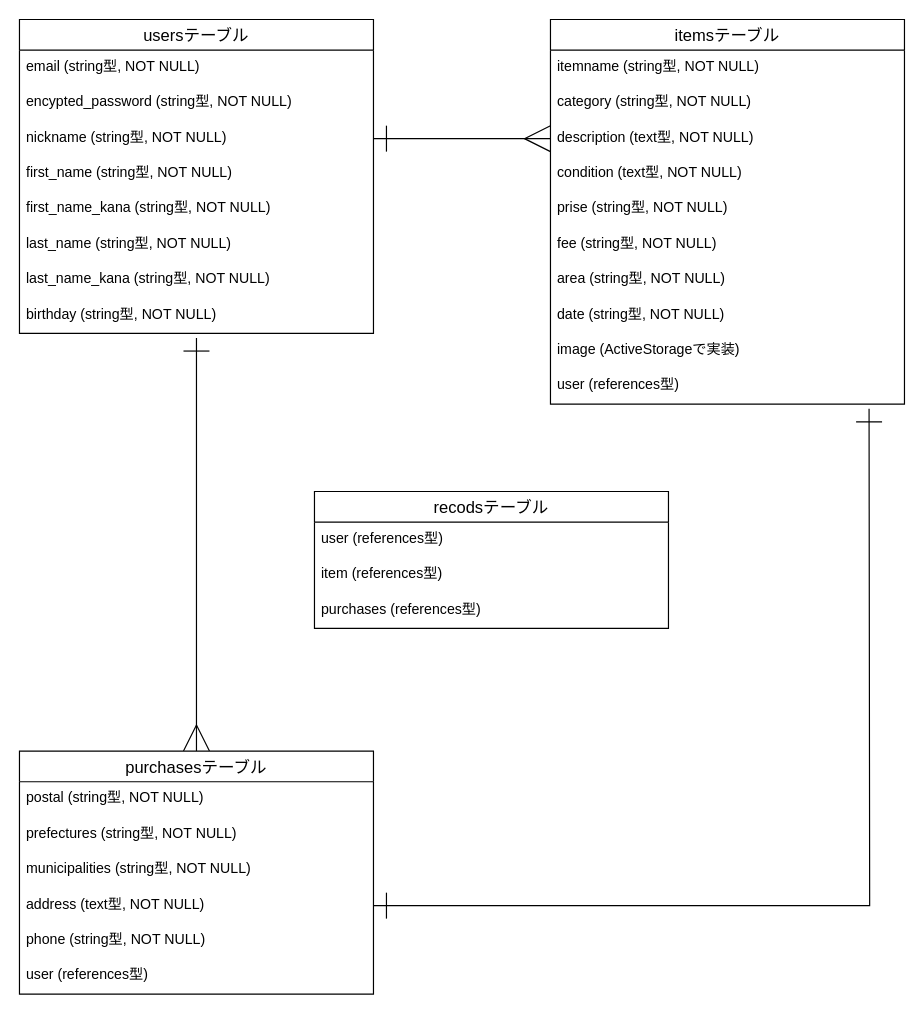
nyancho-inm/furima-32571 keeps this draw.io diagram as page "ページ1" (1 of 4) of test.dio. Above is the earlier version. Source tidied: cells renumbered, new cells numbered last; positions are measured from the earlier drawing's top-left corner, leaving out a move shared by most shapes. Both pictures are drawn from the tidied source at 118%, with x=0, y=0 at pixel (19, 19).
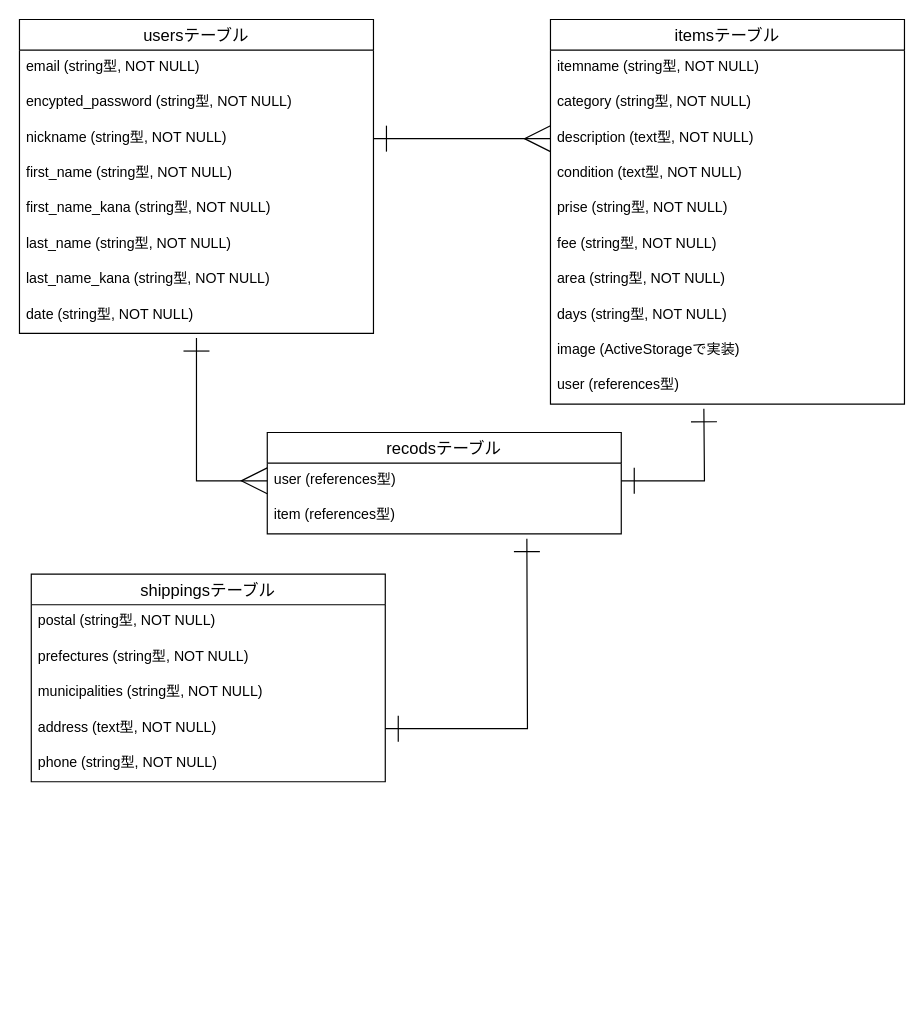
After the change.

Unchanged cells that the change refers to:
```xml
<mxCell id="2" value="usersテーブル" style="swimlane;fontStyle=0;horizontal=1;startSize=26;align=center;fontSize=14;" parent="1" vertex="1">
  <mxGeometry width="300" height="266" as="geometry" />
</mxCell>
<mxCell id="11" value="itemsテーブル" style="swimlane;fontStyle=0;horizontal=1;startSize=26;align=center;fontSize=14;" parent="1" vertex="1">
  <mxGeometry x="450" width="300" height="326" as="geometry" />
</mxCell>
<mxCell id="28" value="address (text型, NOT NULL)" style="text;strokeColor=none;fillColor=none;spacingLeft=4;spacingRight=4;overflow=hidden;points=[[0,0.5],[1,0.5]];portConstraint=eastwest;fontSize=12;" parent="24" vertex="1">
  <mxGeometry y="116" width="300" height="30" as="geometry" />
</mxCell>
<mxCell id="35" value="user (references型)" style="text;strokeColor=none;fillColor=none;spacingLeft=4;spacingRight=4;overflow=hidden;points=[[0,0.5],[1,0.5]];portConstraint=eastwest;fontSize=12;" parent="34" vertex="1">
  <mxGeometry y="26" width="300" height="30" as="geometry" />
</mxCell>
```

Change to the diagram source:
```diff
@@
-    <mxCell id="10" value="birthday (string型, NOT NULL)" style="text;strokeColor=none;fillColor=none;spacingLeft=4;spacingRight=4;overflow=hidden;fontSize=12;" parent="2" vertex="1">
+    <mxCell id="10" value="date (string型, NOT NULL)" style="text;strokeColor=none;fillColor=none;spacingLeft=4;spacingRight=4;overflow=hidden;fontSize=12;" parent="2" vertex="1">
       <mxGeometry y="236" width="300" height="30" as="geometry" />
     </mxCell>
@@
-    <mxCell id="20" value="date (string型, NOT NULL)" style="text;strokeColor=none;fillColor=none;spacingLeft=4;spacingRight=4;overflow=hidden;fontSize=12;" parent="11" vertex="1">
+    <mxCell id="20" value="days (string型, NOT NULL)" style="text;strokeColor=none;fillColor=none;spacingLeft=4;spacingRight=4;overflow=hidden;fontSize=12;" parent="11" vertex="1">
       <mxGeometry y="236" width="300" height="30" as="geometry" />
     </mxCell>
@@
-    <mxCell id="23" style="edgeStyle=orthogonalEdgeStyle;rounded=0;jettySize=auto;html=1;exitX=0.5;exitY=0;exitDx=0;exitDy=0;startArrow=ERmany;startFill=0;startSize=20;endArrow=ERone;endFill=0;endSize=20;strokeWidth=1;" parent="1" edge="1" source="24">
+    <mxCell id="23" style="edgeStyle=orthogonalEdgeStyle;rounded=0;jettySize=auto;html=1;startArrow=ERmany;startFill=0;startSize=20;endArrow=ERone;endFill=0;endSize=20;strokeWidth=1;exitX=0;exitY=0.5;exitDx=0;exitDy=0;" parent="1" edge="1" source="35">
       <mxGeometry relative="1" as="geometry">
         <mxPoint x="150" y="270" as="targetPoint" />
         <Array as="points">
-          <mxPoint x="150" y="360" />
-          <mxPoint x="150" y="360" />
+          <mxPoint x="150" y="391" />
         </Array>
       </mxGeometry>
     </mxCell>
-    <mxCell id="24" value="purchasesテーブル" style="swimlane;fontStyle=0;horizontal=1;startSize=26;align=center;fontSize=14;" parent="1" vertex="1">
-      <mxGeometry y="620" width="300" height="206" as="geometry" />
+    <mxCell id="24" value="shippingsテーブル" style="swimlane;fontStyle=0;horizontal=1;startSize=26;align=center;fontSize=14;" parent="1" vertex="1">
+      <mxGeometry x="10" y="470" width="300" height="176" as="geometry" />
     </mxCell>
@@
-    <mxCell id="30" value="user (references型)" style="text;strokeColor=none;fillColor=none;spacingLeft=4;spacingRight=4;overflow=hidden;fontSize=12;" parent="24" vertex="1">
-      <mxGeometry y="176" width="300" height="30" as="geometry" />
-    </mxCell>
@@
     <mxCell id="34" value="recodsテーブル" style="swimlane;fontStyle=0;horizontal=1;startSize=26;align=center;fontSize=14;" parent="1" vertex="1">
-      <mxGeometry x="250" y="400" width="300" height="116" as="geometry" />
+      <mxGeometry x="210" y="350" width="300" height="86" as="geometry" />
     </mxCell>
@@
-    <mxCell id="39" value="purchases (references型)" style="text;strokeColor=none;fillColor=none;spacingLeft=4;spacingRight=4;overflow=hidden;fontSize=12;" parent="34" vertex="1">
-      <mxGeometry y="86" width="300" height="30" as="geometry" />
-    </mxCell>
     <mxCell id="40" style="edgeStyle=orthogonalEdgeStyle;rounded=0;jettySize=auto;html=1;exitX=1;exitY=0.5;exitDx=0;exitDy=0;endArrow=ERone;endFill=0;jumpSize=6;startSize=20;endSize=20;startArrow=ERone;startFill=0;" parent="1" edge="1" source="28">
       <mxGeometry relative="1" as="geometry">
-        <mxPoint x="720" y="330" as="targetPoint" />
+        <mxPoint x="430" y="440" as="targetPoint" />
       </mxGeometry>
     </mxCell>
+    <mxCell id="41" style="edgeStyle=orthogonalEdgeStyle;rounded=0;jumpSize=6;jettySize=auto;html=1;exitX=1;exitY=0.5;exitDx=0;exitDy=0;startArrow=ERone;startFill=0;startSize=20;endArrow=ERone;endFill=0;endSize=20;" parent="1" edge="1" source="35">
+      <mxGeometry relative="1" as="geometry">
+        <mxPoint x="580" y="330" as="targetPoint" />
+      </mxGeometry>
+    </mxCell>
```
